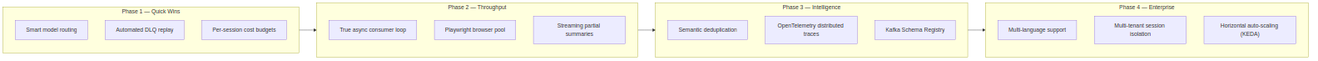
The Mermaid diagram docs/diagrams/roadmap_phases.png in ElectricMattG/RapporteurConsumerViperine, before a commit. Its source is kept beside it as docs/diagrams/roadmap_phases.mmd. Source of this version:
```mermaid
flowchart LR
    subgraph P1["Phase 1 — Quick Wins"]
        direction TB
        A1["Smart model routing"]
        A2["Automated DLQ replay"]
        A3["Per-session cost budgets"]
    end
    subgraph P2["Phase 2 — Throughput"]
        direction TB
        B1["True async consumer loop"]
        B2["Playwright browser pool"]
        B3["Streaming partial summaries"]
    end
    subgraph P3["Phase 3 — Intelligence"]
        direction TB
        C1["Semantic deduplication"]
        C2["OpenTelemetry distributed traces"]
        C3["Kafka Schema Registry"]
    end
    subgraph P4["Phase 4 — Enterprise"]
        direction TB
        D1["Multi-language support"]
        D2["Multi-tenant session isolation"]
        D3["Horizontal auto-scaling (KEDA)"]
    end
    P1 --> P2 --> P3 --> P4
```
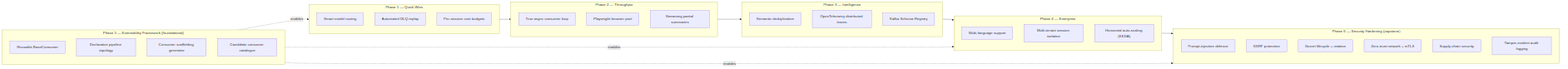
After the commit.

Commit message:
Deep Reflection Roadmap

Diff of the diagram source:
```diff
@@ -1,4 +1,11 @@
 flowchart LR
+    subgraph P5["Phase 5 — Extensibility Framework (foundational)"]
+        direction TB
+        E1["Reusable BaseConsumer"]
+        E2["Declarative pipeline topology"]
+        E3["Consumer scaffolding generator"]
+        E4["Candidate consumer catalogue"]
+    end
     subgraph P1["Phase 1 — Quick Wins"]
         direction TB
         A1["Smart model routing"]
@@ -23,4 +30,17 @@
         D2["Multi-tenant session isolation"]
         D3["Horizontal auto-scaling (KEDA)"]
     end
+    P5 -. enables .-> P1
     P1 --> P2 --> P3 --> P4
+    P5 -. enables .-> P4
+    subgraph P6["Phase 6 — Security Hardening (capstone)"]
+        direction TB
+        F1["Prompt-injection defence"]
+        F2["SSRF protection"]
+        F3["Secret lifecycle + rotation"]
+        F4["Zero-trust network + mTLS"]
+        F5["Supply-chain security"]
+        F6["Tamper-evident audit logging"]
+    end
+    P4 --> P6
+    P5 -. enables .-> P6
```
